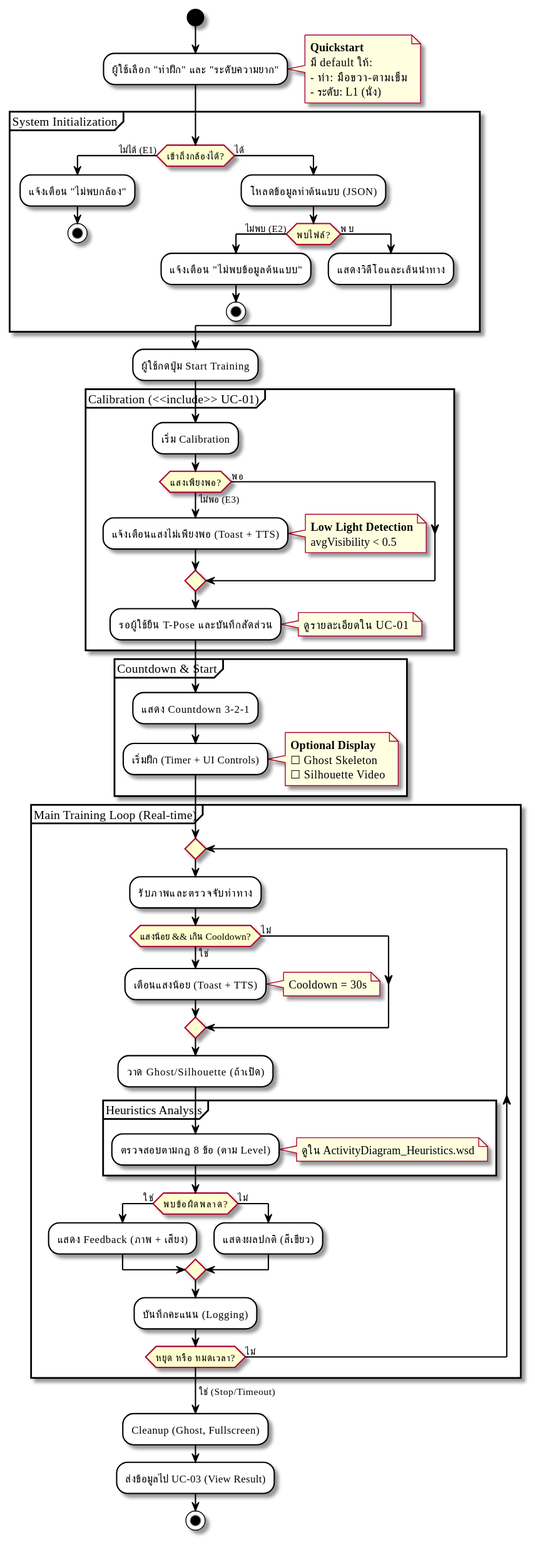
Above: out/docs/diagrams/activityDiagram_UC02/TaijiFlow_Activity_Diagram_UC02.svg in vyut/TaijiFlow (PlantUML), before the change. Its diagram source:
```plantuml
@startuml TaijiFlow_Activity_Diagram_UC02

skinparam defaultFontName "sarabun"
skinparam activity {
    BackgroundColor White
    BorderColor Black
    ArrowColor Black
}
skinparam note {
    BackgroundColor LightYellow
}

start

:ผู้ใช้เลือก "ท่าฝึก" และ "ระดับความยาก";
note right
    **Quickstart**
    มี default ให้:
    - ท่า: มือขวา-ตามเข็ม
    - ระดับ: L1 (นั่ง)
end note

partition "System Initialization" {
    if (เข้าถึงกล้องได้?) then (ไม่ได้ (E1))
        :แจ้งเตือน "ไม่พบกล้อง";
        stop
    else (ได้)
        :โหลดข้อมูลท่าต้นแบบ (JSON);
        if (พบไฟล์?) then (ไม่พบ (E2))
            :แจ้งเตือน "ไม่พบข้อมูลต้นแบบ";
            stop
        else (พบ)
            :แสดงวิดีโอและเส้นนำทาง;
        endif
    endif
}

:ผู้ใช้กดปุ่ม Start Training;

partition "Calibration (<<include>> UC-01)" {
    :เริ่ม Calibration;

    if (แสงเพียงพอ?) then (ไม่พอ (E3))
        :แจ้งเตือนแสงไม่เพียงพอ (Toast + TTS);
        note right
            **Low Light Detection**
            avgVisibility < 0.5
        end note
    else (พอ)
    endif

    :รอผู้ใช้ยืน T-Pose และบันทึกสัดส่วน;
    note right: ดูรายละเอียดใน UC-01
}

partition "Countdown & Start" {
    :แสดง Countdown 3-2-1;
    :เริ่มฝึก (Timer + UI Controls);
    note right
        **Optional Display**
        ☐ Ghost Skeleton
        ☐ Silhouette Video
    end note
}

partition "Main Training Loop (Real-time)" {
    repeat
        :รับภาพและตรวจจับท่าทาง;

        if (แสงน้อย && เกิน Cooldown?) then (ใช่)
            :เตือนแสงน้อย (Toast + TTS);
            note right: Cooldown = 30s
        else (ไม่)
        endif

        :วาด Ghost/Silhouette (ถ้าเปิด);

        partition "Heuristics Analysis" {
            :ตรวจสอบตามกฎ 8 ข้อ (ตาม Level);
            note right: ดูใน ActivityDiagram_Heuristics.wsd
        }

        if (พบข้อผิดพลาด?) then (ใช่)
            :แสดง Feedback (ภาพ + เสียง);
        else (ไม่)
            :แสดงผลปกติ (สีเขียว);
        endif

        :บันทึกคะแนน (Logging);

    repeat while (หยุด หรือ หมดเวลา?) is (ไม่)
    -> ใช่ (Stop/Timeout);
}

:Cleanup (Ghost, Fullscreen);
:ส่งข้อมูลไป UC-03 (View Result);

stop
@enduml
```
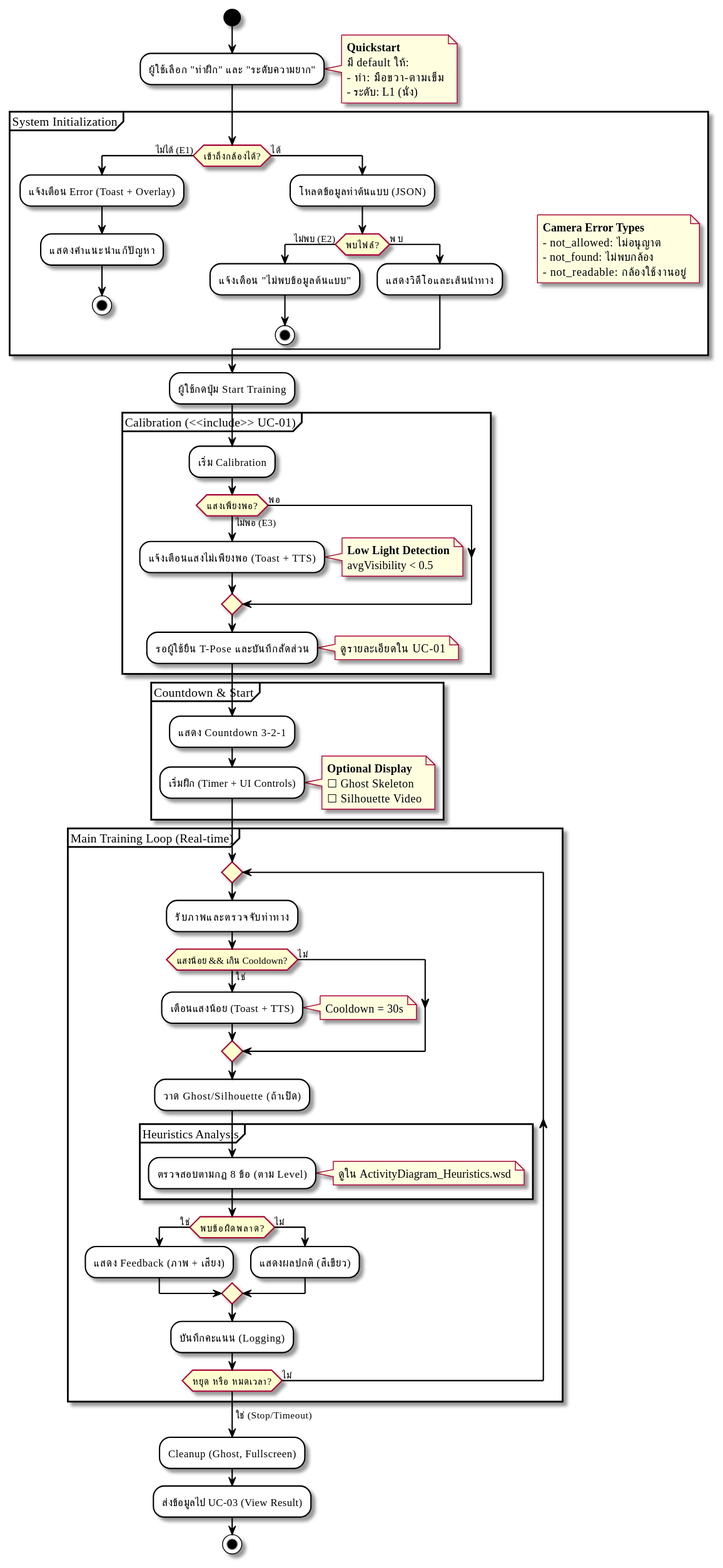
After the change.

What changed in the source:
```diff
@@ -22,7 +22,14 @@
 
 partition "System Initialization" {
     if (เข้าถึงกล้องได้?) then (ไม่ได้ (E1))
-        :แจ้งเตือน "ไม่พบกล้อง";
+        note right
+            **Camera Error Types**
+            - not_allowed: ไม่อนุญาต
+            - not_found: ไม่พบกล้อง
+            - not_readable: กล้องใช้งานอยู่
+        end note
+        :แจ้งเตือน Error (Toast + Overlay);
+        :แสดงคำแนะนำแก้ปัญหา;
         stop
     else (ได้)
         :โหลดข้อมูลท่าต้นแบบ (JSON);
```
